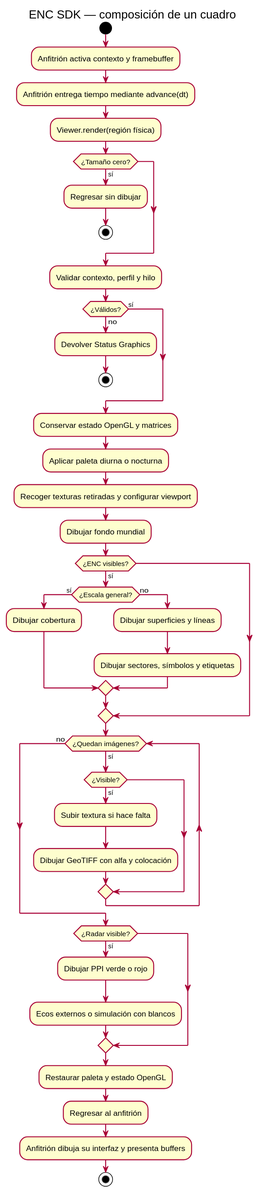
Earlier version of the PlantUML export docs/diagrams/rendering.svg (GiorgioCode/enc-viewer-sdk).
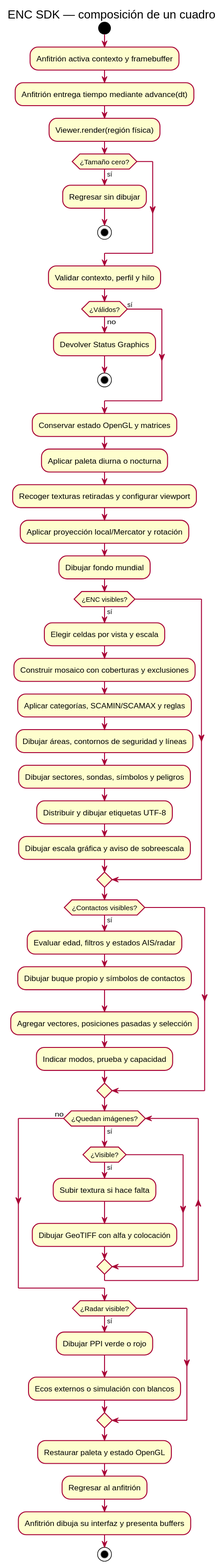
The same file after the commit.

What changed in the source:
```diff
@@ -18,14 +18,22 @@
 :Conservar estado OpenGL y matrices;
 :Aplicar paleta diurna o nocturna;
 :Recoger texturas retiradas y configurar viewport;
+:Aplicar proyección local/Mercator y rotación;
 :Dibujar fondo mundial;
 if (¿ENC visibles?) then (sí)
-  if (¿Escala general?) then (sí)
-    :Dibujar cobertura;
-  else (no)
-    :Dibujar superficies y líneas;
-    :Dibujar sectores, símbolos y etiquetas;
-  endif
+  :Elegir celdas por vista y escala;
+  :Construir mosaico con coberturas y exclusiones;
+  :Aplicar categorías, SCAMIN/SCAMAX y reglas;
+  :Dibujar áreas, contornos de seguridad y líneas;
+  :Dibujar sectores, sondas, símbolos y peligros;
+  :Distribuir y dibujar etiquetas UTF-8;
+  :Dibujar escala gráfica y aviso de sobreescala;
+endif
+if (¿Contactos visibles?) then (sí)
+  :Evaluar edad, filtros y estados AIS/radar;
+  :Dibujar buque propio y símbolos de contactos;
+  :Agregar vectores, posiciones pasadas y selección;
+  :Indicar modos, prueba y capacidad;
 endif
 while (¿Quedan imágenes?) is (sí)
   if (¿Visible?) then (sí)
```
